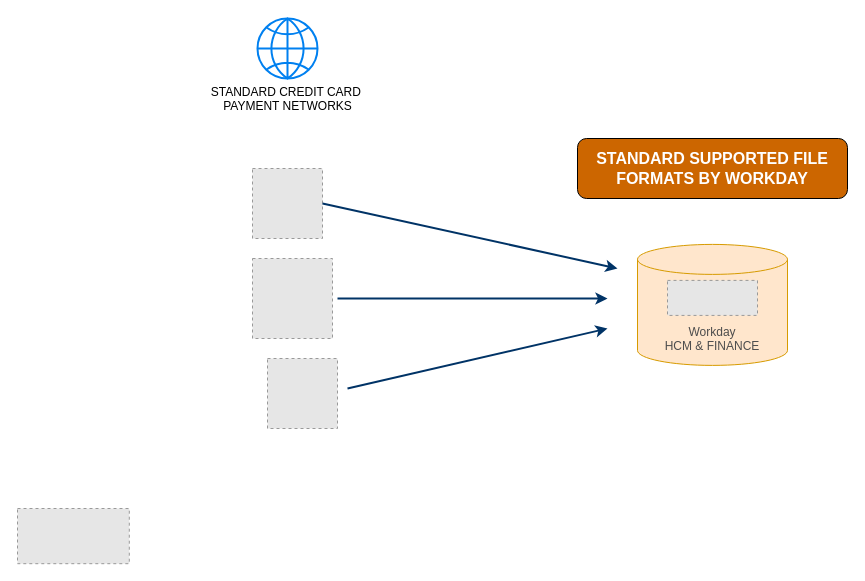
Earlier version of the draw.io diagram WELLTECH SOLDO Expense Transactions.drawio (sandyaroma/sandyaroma). Source tidied: cells renumbered, new cells numbered last; positions are measured from the earlier drawing's top-left corner, leaving out a move shared by most shapes. Both pictures are drawn from the tidied source at 100%, with x=0, y=0 at pixel (17, 18). Pictures stored in the file or linked from it are replaced by grey dashed boxes.
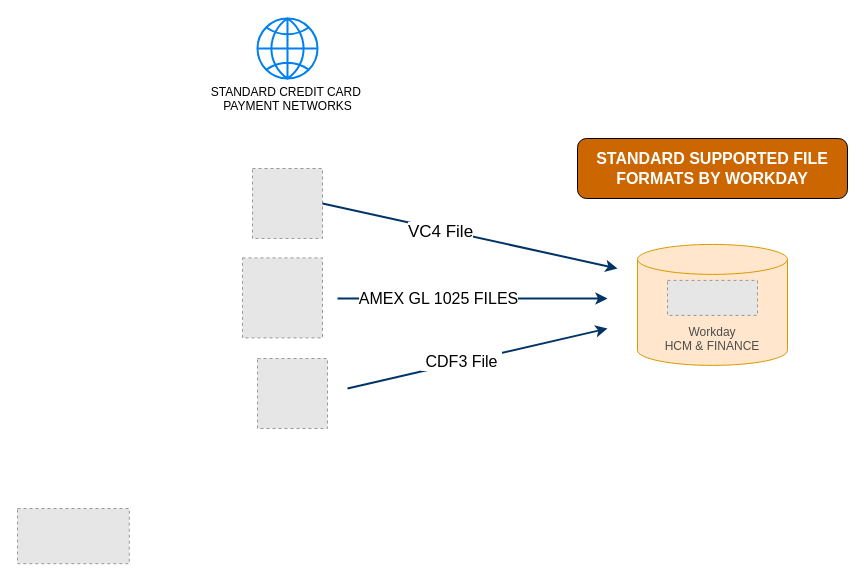
The same page after the edit.

Diff of the diagram source:
```diff
@@
 <mxGraphModel>
   <root>
     <mxCell id="0" />
     <mxCell id="1" parent="0" />
     <mxCell id="2" value="&lt;div&gt;&lt;font color=&quot;#4d4d4d&quot;&gt;&lt;br&gt;&lt;/font&gt;&lt;/div&gt;&lt;div&gt;&lt;font color=&quot;#4d4d4d&quot;&gt;&lt;br&gt;&lt;/font&gt;&lt;/div&gt;&lt;font color=&quot;#4d4d4d&quot;&gt;&lt;div&gt;&lt;font color=&quot;#4d4d4d&quot;&gt;&lt;br&gt;&lt;/font&gt;&lt;/div&gt;Workday&lt;/font&gt;&lt;div&gt;&lt;font color=&quot;#4d4d4d&quot;&gt;HCM &amp;amp; FINANCE&lt;/font&gt;&lt;/div&gt;" style="shape=cylinder3;whiteSpace=wrap;html=1;boundedLbl=1;backgroundOutline=1;size=15;fillColor=#ffe6cc;strokeColor=#d79b00;" parent="1" vertex="1">
       <mxGeometry x="620" y="225.9" width="150" height="121" as="geometry" />
     </mxCell>
     <mxCell id="3" style="fillColor=#E6E6E6;strokeColor=#999999;dashed=1;verticalLabelPosition=bottom;labelBackgroundColor=default;verticalAlign=top;" parent="1" vertex="1">
       <mxGeometry x="650" y="261.9" width="90" height="35" as="geometry" />
     </mxCell>
     <mxCell id="4" style="fillColor=#E6E6E6;strokeColor=#999999;dashed=1;verticalLabelPosition=bottom;labelBackgroundColor=default;verticalAlign=top;" parent="1" vertex="1">
       <mxGeometry y="490" width="111.8" height="55.2" as="geometry" />
     </mxCell>
     <mxCell id="5" style="fillColor=#E6E6E6;strokeColor=#999999;dashed=1;html=1;verticalAlign=top;verticalLabelPosition=bottom;labelBackgroundColor=#ffffff;" parent="1" vertex="1">
-      <mxGeometry x="250" y="340" width="70" height="70" as="geometry" />
+      <mxGeometry x="240" y="340" width="70" height="70" as="geometry" />
     </mxCell>
     <mxCell id="6" style="fillColor=#E6E6E6;strokeColor=#999999;dashed=1;html=1;verticalAlign=top;verticalLabelPosition=bottom;labelBackgroundColor=#ffffff;" parent="1" vertex="1">
       <mxGeometry x="235" y="150" width="70" height="70" as="geometry" />
     </mxCell>
     <mxCell id="7" style="fillColor=#E6E6E6;strokeColor=#999999;dashed=1;html=1;verticalAlign=top;verticalLabelPosition=bottom;labelBackgroundColor=#ffffff;" parent="1" vertex="1">
-      <mxGeometry x="235" y="240" width="80" height="80" as="geometry" />
+      <mxGeometry x="225" y="239.4" width="80" height="80" as="geometry" />
     </mxCell>
     <mxCell id="8" style="endArrow=classic;html=1;rounded=0;exitX=1;exitY=0.5;exitDx=0;exitDy=0;strokeWidth=2;strokeColor=#003366;" parent="1" edge="1" source="6">
       <mxGeometry relative="1" as="geometry">
         <mxPoint x="600" y="250" as="targetPoint" />
       </mxGeometry>
     </mxCell>
+    <mxCell id="13" value="&lt;font style=&quot;font-size: 17px;&quot;&gt;VC4 File&lt;/font&gt;" style="edgeLabel;html=1;align=center;verticalAlign=middle;" parent="8" vertex="1">
+      <mxGeometry x="-0.2" y="-3" relative="1" as="geometry" />
+    </mxCell>
     <mxCell id="9" value="STANDARD CREDIT CARD&amp;nbsp;&lt;div&gt;PAYMENT NETWORKS&lt;/div&gt;" style="html=1;verticalLabelPosition=bottom;align=center;labelBackgroundColor=#ffffff;verticalAlign=top;strokeWidth=2;strokeColor=#0080F0;shadow=0;dashed=0;shape=mxgraph.ios7.icons.globe;" parent="1" vertex="1">
       <mxGeometry x="240" width="60" height="60" as="geometry" />
     </mxCell>
     <mxCell id="10" style="endArrow=classic;html=1;rounded=0;strokeWidth=2;strokeColor=#003366;" parent="1" edge="1">
       <mxGeometry relative="1" as="geometry">
         <mxPoint x="320" y="280" as="sourcePoint" />
         <mxPoint x="590" y="280" as="targetPoint" />
       </mxGeometry>
     </mxCell>
+    <mxCell id="14" value="&lt;font style=&quot;font-size: 16px;&quot;&gt;AMEX GL 1025 FILES&lt;/font&gt;" style="edgeLabel;html=1;align=center;verticalAlign=middle;" parent="10" vertex="1">
+      <mxGeometry x="-0.48" y="-2" relative="1" as="geometry">
+        <mxPoint x="30" y="-3" as="offset" />
+      </mxGeometry>
+    </mxCell>
     <mxCell id="11" style="endArrow=classic;html=1;rounded=0;strokeWidth=2;strokeColor=#003366;" parent="1" edge="1">
       <mxGeometry relative="1" as="geometry">
         <mxPoint x="330" y="370" as="sourcePoint" />
         <mxPoint x="590" y="310" as="targetPoint" />
       </mxGeometry>
     </mxCell>
+    <mxCell id="15" value="&lt;span style=&quot;font-size: 16px;&quot;&gt;&amp;nbsp;CDF3 File&amp;nbsp;&lt;/span&gt;" style="edgeLabel;html=1;align=center;verticalAlign=middle;" parent="11" vertex="1">
+      <mxGeometry x="-0.12" y="1" relative="1" as="geometry" />
+    </mxCell>
     <mxCell id="12" value="&lt;font color=&quot;#ffffff&quot; style=&quot;font-size: 16px;&quot;&gt;&lt;b&gt;STANDARD SUPPORTED FILE FORMATS BY WORKDAY&lt;/b&gt;&lt;/font&gt;" style="rounded=1;whiteSpace=wrap;html=1;fillColor=#CC6600;" parent="1" vertex="1">
       <mxGeometry x="560" y="120" width="270" height="60" as="geometry" />
     </mxCell>
   </root>
 </mxGraphModel>
```
